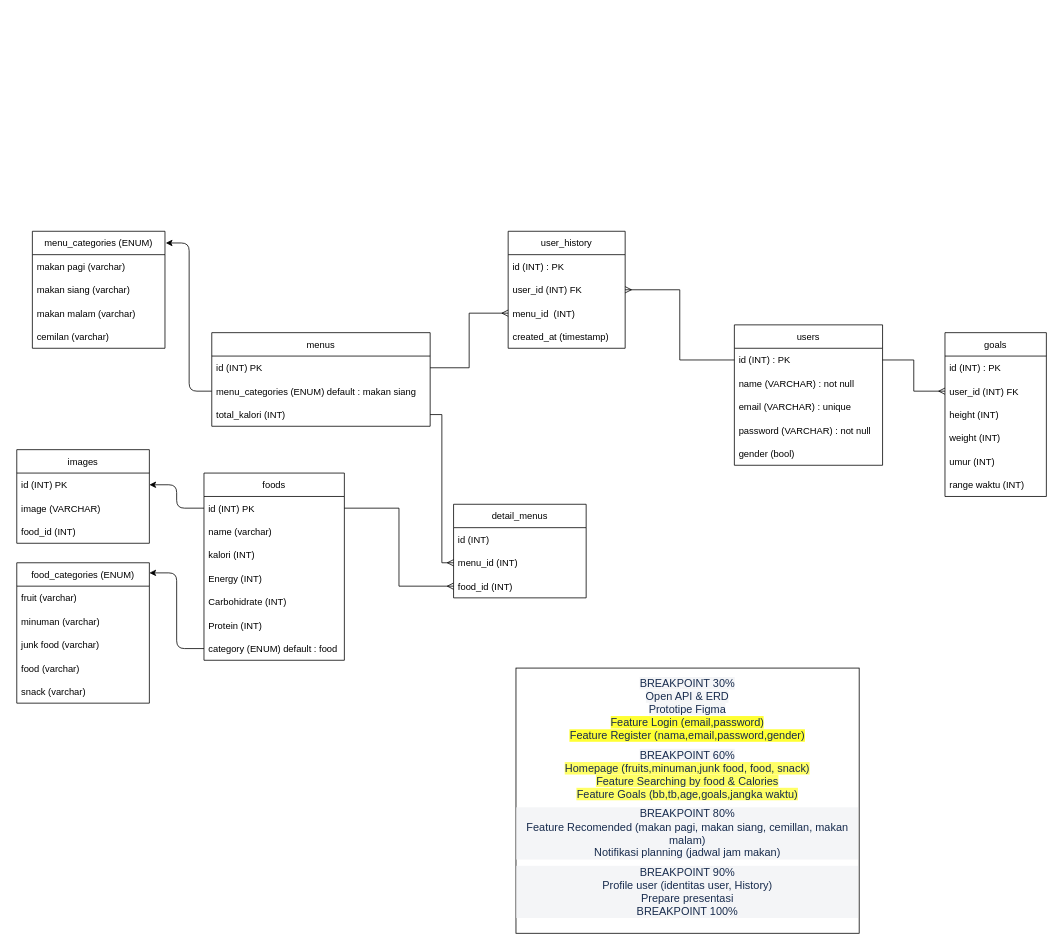
This is concepts/erd/ERD.drawio from FINAL-PROJECT-ALTA/BE, a draw.io file, before an edit. Source tidied: cells renumbered, new cells numbered last; positions are measured from the earlier drawing's top-left corner, leaving out a move shared by most shapes. Both pictures are drawn from the tidied source at 78%, with x=0, y=0 at pixel (16, 231).
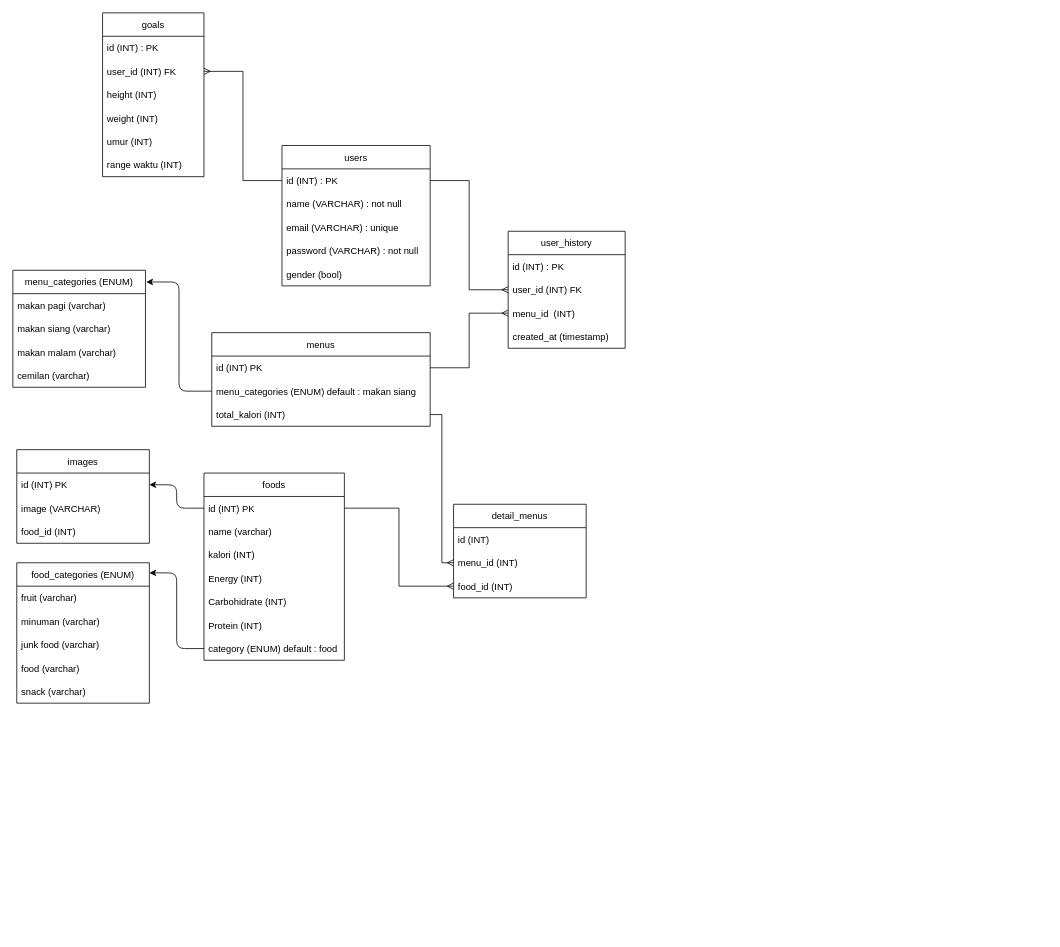
Above is the later version.

Unchanged cells that the change refers to:
```xml
<mxCell id="3" value="id (INT) : PK" style="text;strokeColor=none;fillColor=none;align=left;verticalAlign=middle;spacingLeft=4;spacingRight=4;overflow=hidden;points=[[0,0.5],[1,0.5]];portConstraint=eastwest;" parent="2" vertex="1">
  <mxGeometry y="30" width="190" height="30" as="geometry" />
</mxCell>
<mxCell id="22" value="user_id (INT) FK" style="text;strokeColor=none;fillColor=none;align=left;verticalAlign=middle;spacingLeft=4;spacingRight=4;overflow=hidden;points=[[0,0.5],[1,0.5]];portConstraint=eastwest;" parent="20" vertex="1">
  <mxGeometry y="60" width="130" height="30" as="geometry" />
</mxCell>
<mxCell id="48" value="user_id (INT) FK" style="text;strokeColor=none;fillColor=none;align=left;verticalAlign=middle;spacingLeft=4;spacingRight=4;overflow=hidden;points=[[0,0.5],[1,0.5]];portConstraint=eastwest;" parent="46" vertex="1">
  <mxGeometry y="60" width="150" height="30" as="geometry" />
</mxCell>
```

The edit, as a diff of the source:
```diff
@@
     <mxCell id="2" value="users" style="swimlane;fontStyle=0;horizontal=1;startSize=30;" parent="1" vertex="1">
-      <mxGeometry x="920" y="120" width="190" height="180" as="geometry" />
+      <mxGeometry x="340" y="-110" width="190" height="180" as="geometry" />
     </mxCell>
@@
     <mxCell id="20" value="goals" style="swimlane;fontStyle=0;horizontal=1;startSize=30;" parent="1" vertex="1">
-      <mxGeometry x="1190" y="130" width="130" height="210" as="geometry" />
+      <mxGeometry x="110" y="-280" width="130" height="210" as="geometry" />
     </mxCell>
@@
-    <mxCell id="28" value="&lt;p dir=&quot;auto&quot; style=&quot;margin: 0px 0px 8px ; color: rgb(23 , 43 , 77) ; font-size: 14px&quot;&gt;&lt;span style=&quot;background-color: rgb(244 , 245 , 247)&quot;&gt;BREAKPOINT 30%&lt;/span&gt;&lt;br&gt;&lt;span style=&quot;background-color: rgb(244 , 245 , 247)&quot;&gt;Open API &amp;amp; ERD&lt;/span&gt;&lt;br&gt;&lt;span style=&quot;background-color: rgb(244 , 245 , 247)&quot;&gt;Prototipe Figma&lt;/span&gt;&lt;br&gt;&lt;span style=&quot;background-color: rgb(255 , 255 , 51)&quot;&gt;Feature Login (email,password)&lt;br&gt;Feature Register (nama,email,password,gender)&lt;/span&gt;&lt;/p&gt;&lt;p dir=&quot;auto&quot; style=&quot;margin: 0px 0px 8px ; color: rgb(23 , 43 , 77) ; font-size: 14px&quot;&gt;&lt;span style=&quot;background-color: rgb(244 , 245 , 247)&quot;&gt;BREAKPOINT 60%&lt;/span&gt;&lt;br&gt;&lt;span style=&quot;background-color: rgb(255 , 255 , 102)&quot;&gt;Homepage (fruits,minuman,junk food, food, snack)&lt;br&gt;Feature Searching by food &amp;amp; Calories&lt;/span&gt;&lt;br&gt;&lt;span style=&quot;background-color: rgb(255 , 255 , 102)&quot;&gt;Feature Goals (bb,tb,age,goals,jangka waktu)&lt;/span&gt;&lt;/p&gt;&lt;p dir=&quot;auto&quot; style=&quot;margin: 0px 0px 8px ; color: rgb(23 , 43 , 77) ; font-family: , &amp;#34;blinkmacsystemfont&amp;#34; , &amp;#34;segoe ui&amp;#34; , &amp;#34;roboto&amp;#34; , &amp;#34;noto sans&amp;#34; , &amp;#34;ubuntu&amp;#34; , &amp;#34;droid sans&amp;#34; , &amp;#34;helvetica neue&amp;#34; , sans-serif ; font-size: 14px ; background-color: rgb(244 , 245 , 247)&quot;&gt;BREAKPOINT 80%&lt;br&gt;Feature Recomended (makan pagi, makan siang, cemillan, makan malam)&lt;br&gt;Notifikasi planning (jadwal jam makan)&lt;/p&gt;&lt;p dir=&quot;auto&quot; style=&quot;margin: 0px 0px 8px ; color: rgb(23 , 43 , 77) ; font-family: , &amp;#34;blinkmacsystemfont&amp;#34; , &amp;#34;segoe ui&amp;#34; , &amp;#34;roboto&amp;#34; , &amp;#34;noto sans&amp;#34; , &amp;#34;ubuntu&amp;#34; , &amp;#34;droid sans&amp;#34; , &amp;#34;helvetica neue&amp;#34; , sans-serif ; font-size: 14px ; background-color: rgb(244 , 245 , 247)&quot;&gt;BREAKPOINT 90%&lt;br&gt;Profile user (identitas user, History)&lt;br&gt;Prepare presentasi&lt;br&gt;BREAKPOINT 100%&lt;/p&gt;" style="whiteSpace=wrap;html=1;" parent="1" vertex="1">
-      <mxGeometry x="640" y="560" width="440" height="340" as="geometry" />
-    </mxCell>
@@
     <mxCell id="33" value="menu_categories (ENUM)" style="swimlane;fontStyle=0;horizontal=1;startSize=30;" parent="1" vertex="1">
-      <mxGeometry x="20" width="170" height="150" as="geometry" />
+      <mxGeometry x="-5" y="50" width="170" height="150" as="geometry" />
     </mxCell>
@@
-    <mxCell id="45" style="edgeStyle=elbowEdgeStyle;fontSize=12;html=1;endArrow=ERmany;rounded=0;exitX=1;exitY=0.5;exitDx=0;exitDy=0;entryX=0;entryY=0.5;entryDx=0;entryDy=0;" parent="1" edge="1" source="3" target="22">
-      <mxGeometry relative="1" as="geometry" />
+    <mxCell id="45" style="edgeStyle=elbowEdgeStyle;fontSize=12;html=1;endArrow=ERmany;rounded=0;exitX=0;exitY=0.5;exitDx=0;exitDy=0;" parent="1" edge="1" source="3">
+      <mxGeometry relative="1" as="geometry">
+        <mxPoint x="240" y="-205" as="targetPoint" />
+      </mxGeometry>
     </mxCell>
@@
-    <mxCell id="52" style="edgeStyle=elbowEdgeStyle;fontSize=12;html=1;endArrow=ERmany;rounded=0;exitX=0;exitY=0.5;exitDx=0;exitDy=0;entryX=1;entryY=0.5;entryDx=0;entryDy=0;" parent="1" edge="1" source="3" target="48">
+    <mxCell id="52" style="edgeStyle=elbowEdgeStyle;fontSize=12;html=1;endArrow=ERmany;rounded=0;exitX=1;exitY=0.25;exitDx=0;exitDy=0;entryX=0;entryY=0.5;entryDx=0;entryDy=0;" parent="1" edge="1" source="2" target="48">
       <mxGeometry relative="1" as="geometry" />
     </mxCell>
```
